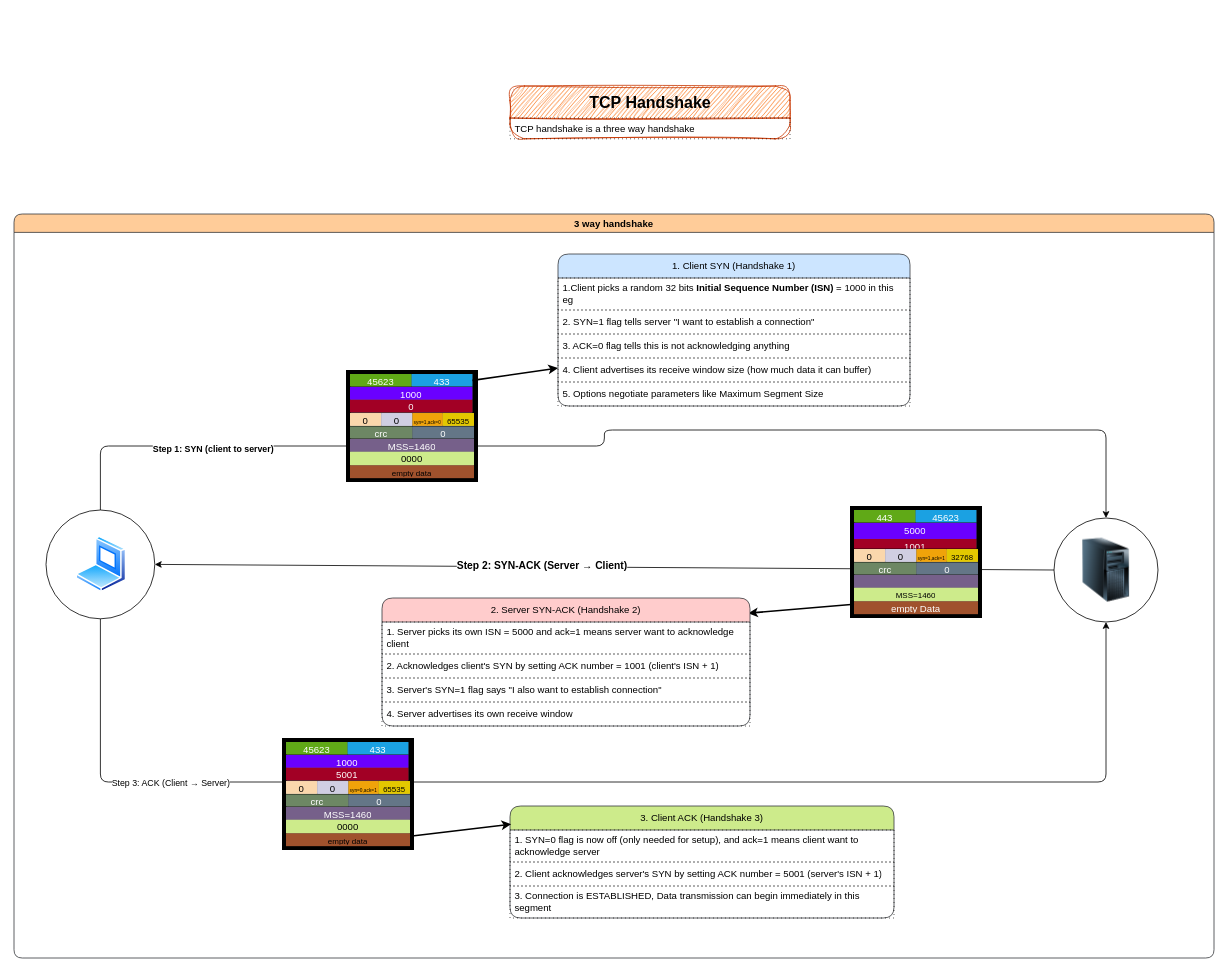
knkrn5/Programming-Concepts keeps this draw.io diagram as computer-networking/protocols/transmission-control-protocol/tcp-handshake/tcph.dio. Above is the earlier version. Source tidied: cells renumbered, new cells numbered last; positions are measured from the earlier drawing's top-left corner, leaving out a move shared by most shapes. Both pictures are drawn from the tidied source at 80%, with x=0, y=0 at pixel (14, 86).
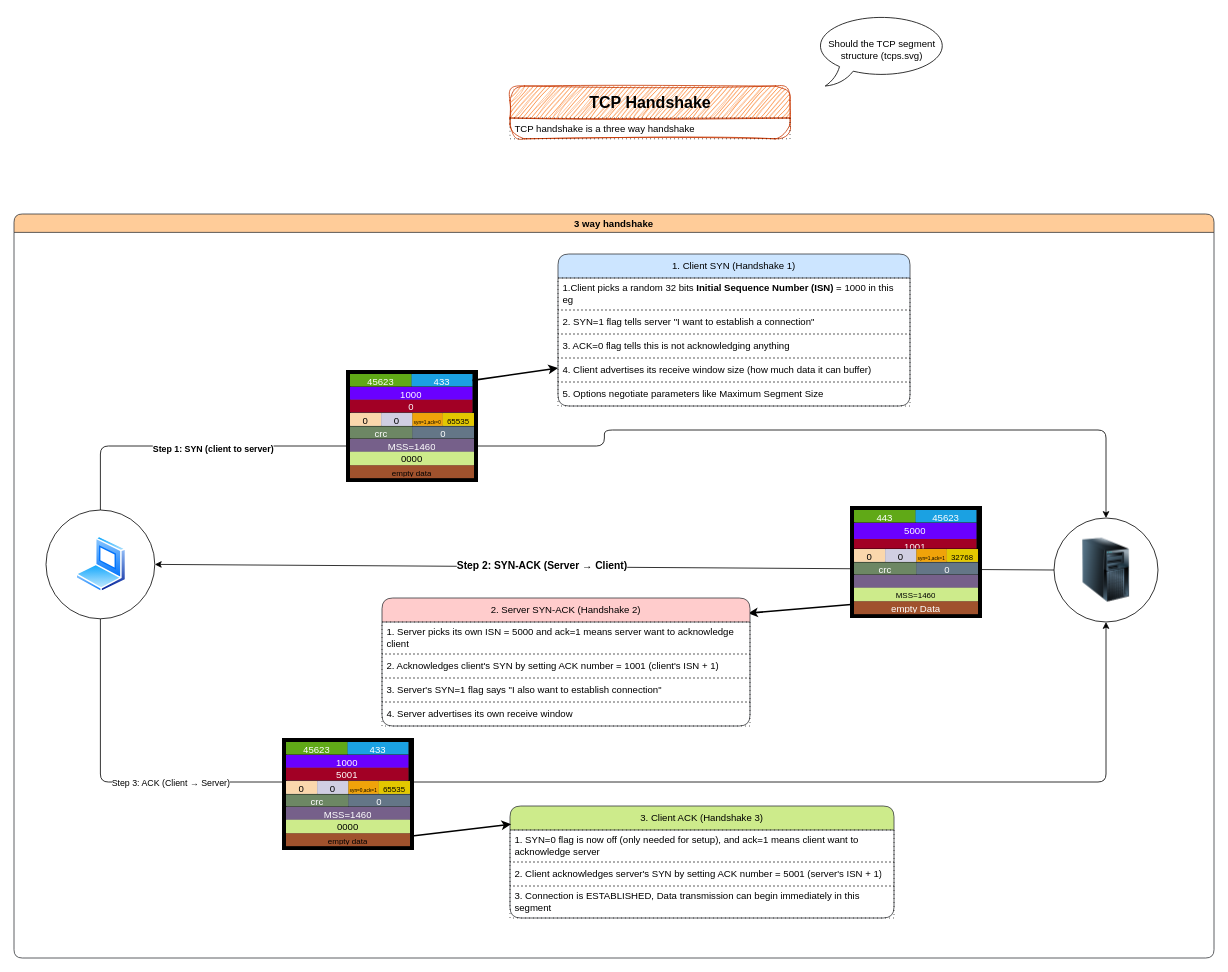
Above is the later version.

Commit message (it also covers changes not shown here):
Refactor code structure for improved readability and maintainability

The edit, as a diff of the source:
```diff
@@
+    <mxCell id="117" value="Should the TCP segment structure (&lt;span style=&quot;background-color: light-dark(rgb(255, 255, 255), rgb(153, 0, 153));&quot;&gt;tcps.svg&lt;/span&gt;)" style="whiteSpace=wrap;html=1;shape=mxgraph.basic.oval_callout;" parent="1" vertex="1">
+      <mxGeometry x="1000" y="-90" width="170" height="90" as="geometry" />
+    </mxCell>
```
